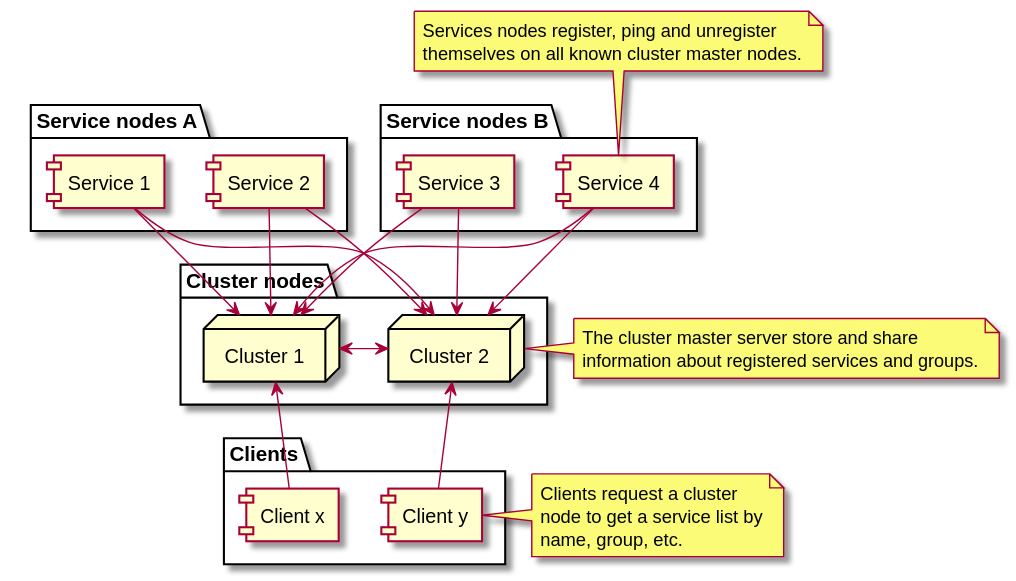
Earlier version of the PlantUML export docs/images/cluster-typology.svg (qwazr/cluster). The source it was exported from:
```plantuml
@startuml

folder "Cluster nodes" {
   node "Cluster 1"
   node "Cluster 2"
  [Cluster 1] <-> [Cluster 2]
}

folder "Service nodes A" {
  [Service 2] -down-> [Cluster 1]
  [Service 2] -down-> [Cluster 2]
  [Service 1] -down-> [Cluster 1]
  [Service 1] -down-> [Cluster 2]
}

folder "Service nodes B" {
  [Service 4] -down-> [Cluster 1]
  [Service 4] -down-> [Cluster 2]
  [Service 3] -down-> [Cluster 1]
  [Service 3] -down-> [Cluster 2]
}

folder "Clients" {
  [Cluster 1] <-- [Client x]
  [Client y] --> [Cluster 2]
}

note top of [Service 4]
  Services nodes register, ping and unregister
  themselves on all known cluster master nodes.
end note

note right of [Client y]
  Clients request a cluster
  node to get a service list by
  name, group, etc.
end note

note right of [Cluster 2]
  The cluster master server store and share
  information about registered services and groups.
end note
@enduml
```
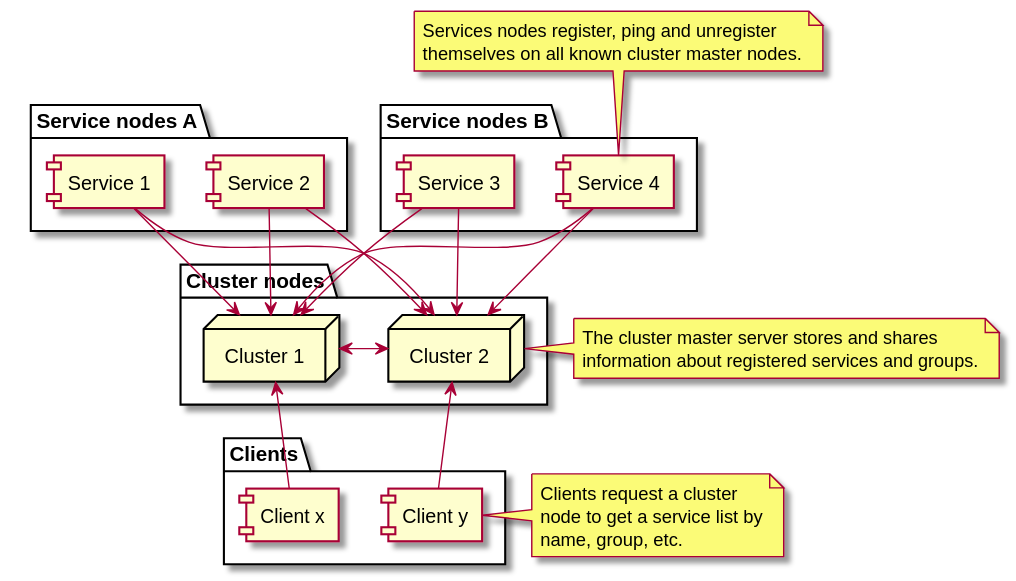
After the change.

The edit, as a diff of the source:
```diff
@@ -37,7 +37,7 @@
 end note
 
 note right of [Cluster 2]
-  The cluster master server store and share
+  The cluster master server stores and shares
   information about registered services and groups.
 end note
 @enduml
```
